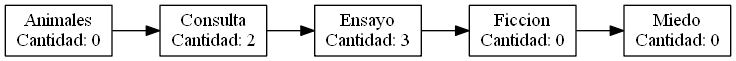
This is reportes/CategoriasInOrden.png from XiomRB/EDD_1S2020_PY2_201500332, a Graphviz export, as it was before one commit. Its source is kept beside it as reportes/CategoriasInOrden.dot. The source it was exported from:
```dot
digraph g{
rankdir = LR;
node[shape=box];
"Animales\nCantidad: 0" -> "Consulta\nCantidad: 2" -> "Ensayo\nCantidad: 3" -> "Ficcion\nCantidad: 0" -> "Miedo\nCantidad: 0";
}
```
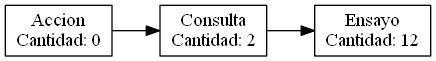
Later version of the same file.

What changed in the source:
```diff
@@ -1,5 +1,5 @@
 digraph g{
 rankdir = LR;
 node[shape=box];
-"Animales\nCantidad: 0" -> "Consulta\nCantidad: 2" -> "Ensayo\nCantidad: 3" -> "Ficcion\nCantidad: 0" -> "Miedo\nCantidad: 0";
+"Accion\nCantidad: 0" -> "Consulta\nCantidad: 2" -> "Ensayo\nCantidad: 12";
 }
```
